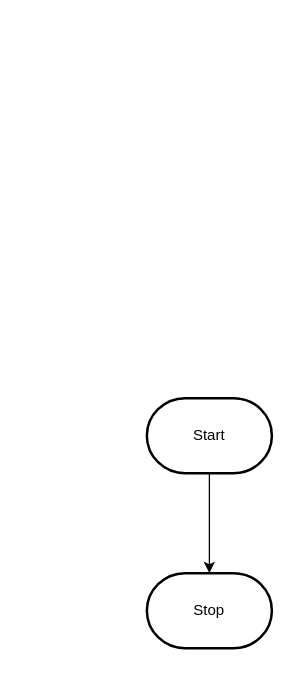
MTHS-ICS2O-2-2022/ICS2O-Unit-6-02-Osamah-Hasan keeps this draw.io diagram as design/flowchart.drawio. Above is the earlier version. Source tidied: cells renumbered, new cells numbered last; positions are measured from the earlier drawing's top-left corner, leaving out a move shared by most shapes. Both pictures are drawn from the tidied source at 125%, with x=0, y=0 at pixel (146, 398).
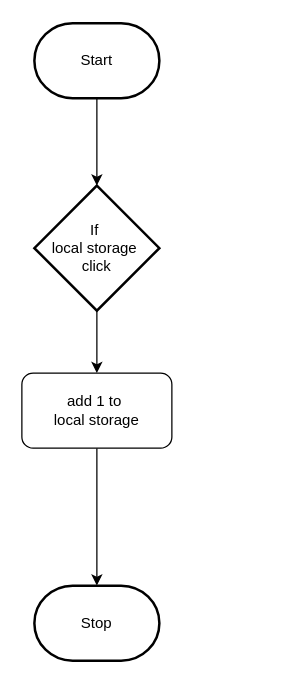
The same page after the edit.

The edit, as a diff of the source:
```diff
@@
 <mxGraphModel>
   <root>
     <mxCell id="0" />
     <mxCell id="1" parent="0" />
-    <mxCell id="2" style="edgeStyle=orthogonalEdgeStyle;html=1;rounded=0;" parent="1" edge="1" source="3" target="4">
-      <mxGeometry relative="1" as="geometry" />
-    </mxCell>
+    <mxCell id="5" style="edgeStyle=orthogonalEdgeStyle;html=1;" parent="1" edge="1" source="3" target="2">
+      <mxGeometry relative="1" as="geometry" />
+    </mxCell>
     <mxCell id="3" value="Start" style="strokeWidth=2;html=1;shape=mxgraph.flowchart.terminator;whiteSpace=wrap;" parent="1" vertex="1">
-      <mxGeometry width="100" height="60" as="geometry" />
+      <mxGeometry x="-90" y="-300" width="100" height="60" as="geometry" />
     </mxCell>
     <mxCell id="4" value="Stop" style="strokeWidth=2;html=1;shape=mxgraph.flowchart.terminator;whiteSpace=wrap;" parent="1" vertex="1">
-      <mxGeometry y="140" width="100" height="60" as="geometry" />
+      <mxGeometry x="-90" y="150" width="100" height="60" as="geometry" />
     </mxCell>
+    <mxCell id="6" style="edgeStyle=orthogonalEdgeStyle;html=1;" parent="1" edge="1" source="2" target="8">
+      <mxGeometry relative="1" as="geometry" />
+    </mxCell>
+    <mxCell id="2" value="If&amp;nbsp;&lt;br&gt;local storage&amp;nbsp;&lt;br&gt;click" style="strokeWidth=2;html=1;shape=mxgraph.flowchart.decision;whiteSpace=wrap;" parent="1" vertex="1">
+      <mxGeometry x="-90" y="-170" width="100" height="100" as="geometry" />
+    </mxCell>
+    <mxCell id="7" style="edgeStyle=orthogonalEdgeStyle;html=1;" parent="1" edge="1" source="8" target="4">
+      <mxGeometry relative="1" as="geometry" />
+    </mxCell>
+    <mxCell id="8" value="add 1 to&amp;nbsp;&lt;br&gt;local storage" style="rounded=1;whiteSpace=wrap;html=1;" parent="1" vertex="1">
+      <mxGeometry x="-100" y="-20" width="120" height="60" as="geometry" />
+    </mxCell>
   </root>
 </mxGraphModel>
```
